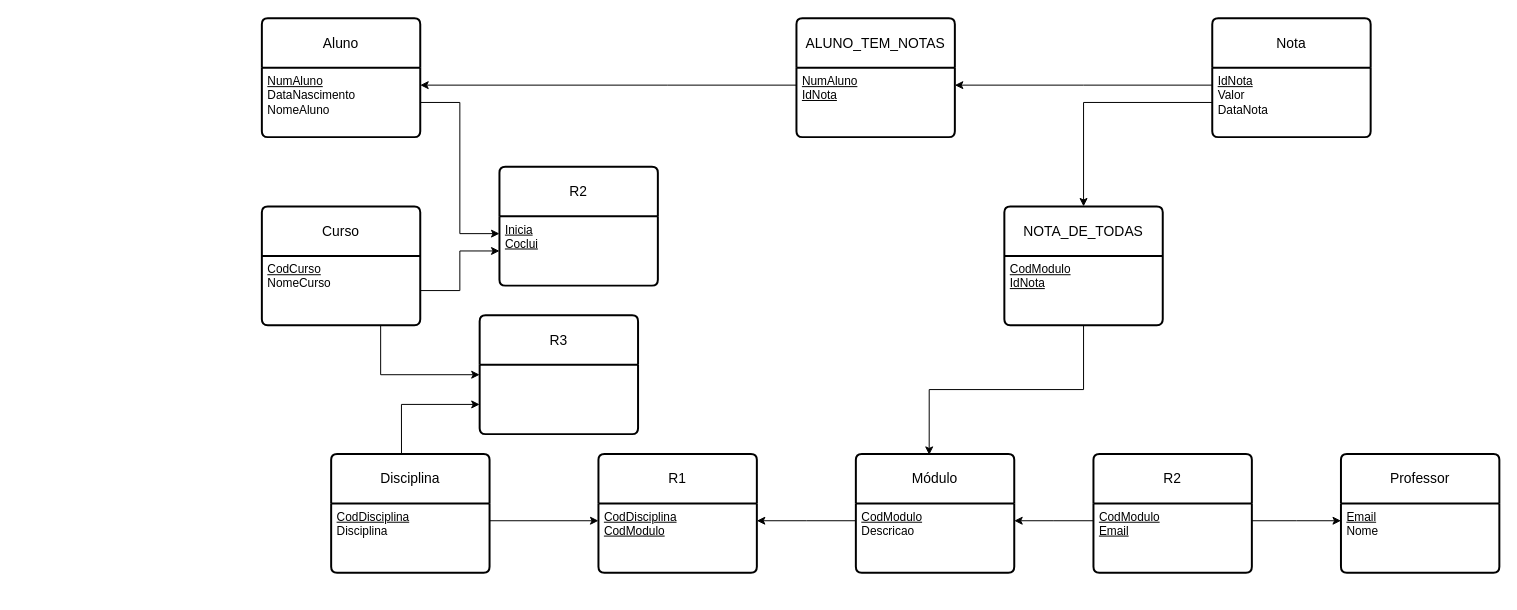
RubenA2109/diagramas keeps this draw.io diagram as notas.drawio. Above is the earlier version. Source tidied: cells renumbered, new cells numbered last; positions are measured from the earlier drawing's top-left corner, leaving out a move shared by most shapes. Both pictures are drawn from the tidied source at 99%, with x=0, y=0 at pixel (261, 18).
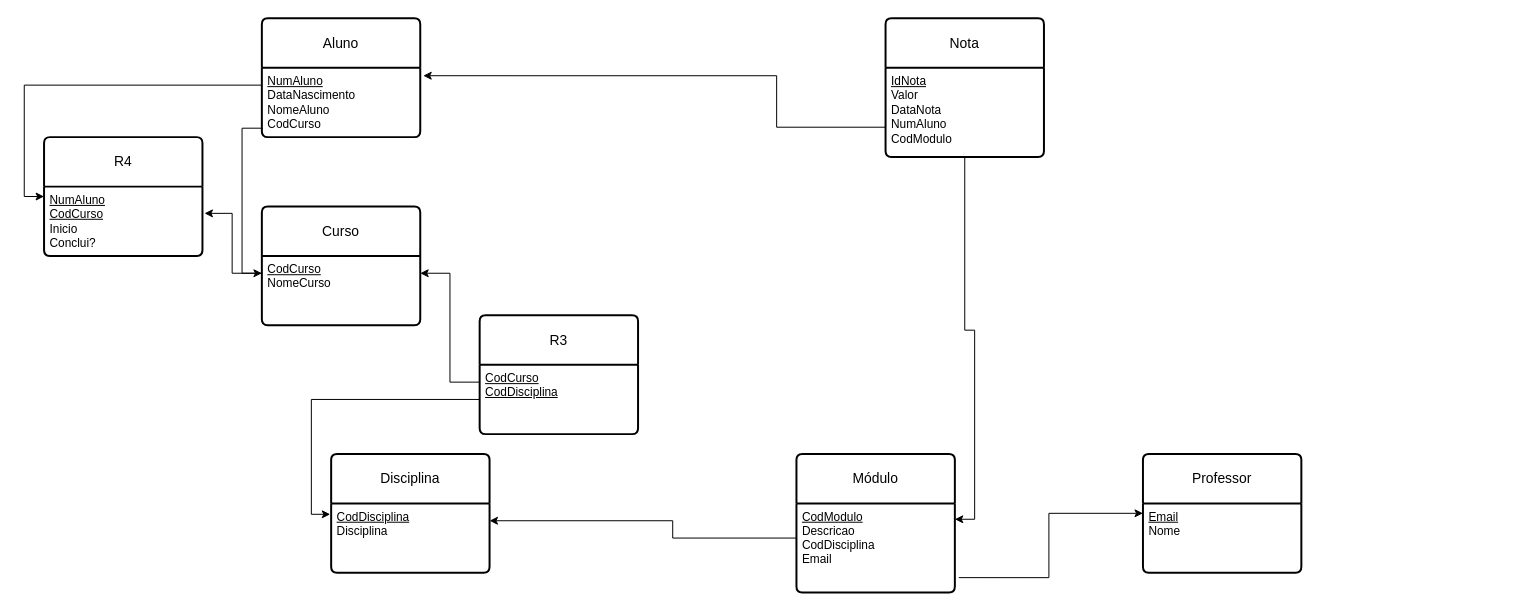
The same diagram, later.

The change refers to these unchanged cells:
```xml
<mxCell id="4" value="Aluno" style="swimlane;horizontal=1;startSize=50;rounded=1;fontSize=14;fontStyle=0;strokeWidth=2;shadow=0;dashed=0;align=center;arcSize=4;whiteSpace=wrap;html=1;" parent="1" vertex="1">
  <mxGeometry width="160" height="120" as="geometry" />
</mxCell>
<mxCell id="8" value="&lt;div&gt;&lt;u&gt;CodCurso&lt;/u&gt;&lt;/div&gt;&lt;div&gt;NomeCurso&lt;/div&gt;" style="align=left;strokeColor=none;fillColor=none;spacingLeft=4;spacingRight=4;fontSize=12;verticalAlign=top;html=1;whiteSpace=wrap;" parent="7" vertex="1">
  <mxGeometry y="50" width="160" height="70" as="geometry" />
</mxCell>
<mxCell id="9" value="Disciplina" style="swimlane;horizontal=1;startSize=50;rounded=1;fontSize=14;fontStyle=0;strokeWidth=2;shadow=0;dashed=0;align=center;arcSize=4;whiteSpace=wrap;html=1;" parent="1" vertex="1">
  <mxGeometry x="70" y="440" width="160" height="120" as="geometry" />
</mxCell>
<mxCell id="10" value="&lt;u&gt;CodDisciplina&lt;/u&gt;&lt;div&gt;Disciplina&lt;/div&gt;" style="align=left;strokeColor=none;fillColor=none;spacingLeft=4;spacingRight=4;fontSize=12;verticalAlign=top;html=1;whiteSpace=wrap;" parent="9" vertex="1">
  <mxGeometry y="50" width="160" height="70" as="geometry" />
</mxCell>
<mxCell id="12" value="&lt;u&gt;Email&lt;/u&gt;&lt;br&gt;&lt;div&gt;Nome&lt;/div&gt;" style="align=left;strokeColor=none;fillColor=none;spacingLeft=4;spacingRight=4;fontSize=12;verticalAlign=top;html=1;whiteSpace=wrap;" parent="11" vertex="1">
  <mxGeometry y="50" width="160" height="70" as="geometry" />
</mxCell>
<mxCell id="35" value="R3" style="swimlane;horizontal=1;startSize=50;rounded=1;fontSize=14;fontStyle=0;strokeWidth=2;shadow=0;dashed=0;align=center;arcSize=4;whiteSpace=wrap;html=1;" parent="1" vertex="1">
  <mxGeometry x="220" y="300" width="160" height="120" as="geometry" />
</mxCell>
```

Diff of the diagram source:
```diff
@@
     <mxCell id="2" value="Nota" style="swimlane;horizontal=1;startSize=50;rounded=1;fontSize=14;fontStyle=0;strokeWidth=2;shadow=0;dashed=0;align=center;arcSize=4;whiteSpace=wrap;html=1;" parent="1" vertex="1">
-      <mxGeometry x="960" width="160" height="120" as="geometry" />
+      <mxGeometry x="630" width="160" height="140" as="geometry" />
     </mxCell>
-    <mxCell id="3" value="&lt;u&gt;IdNota&lt;/u&gt;&lt;div&gt;Valor&lt;br&gt;&lt;div&gt;DataNota&lt;/div&gt;&lt;/div&gt;" style="align=left;strokeColor=none;fillColor=none;spacingLeft=4;spacingRight=4;fontSize=12;verticalAlign=top;html=1;whiteSpace=wrap;" parent="2" vertex="1">
-      <mxGeometry y="50" width="160" height="70" as="geometry" />
+    <mxCell id="3" value="&lt;u&gt;IdNota&lt;/u&gt;&lt;div&gt;Valor&lt;br&gt;&lt;div&gt;DataNota&lt;/div&gt;&lt;/div&gt;&lt;div&gt;NumAluno&lt;/div&gt;&lt;div&gt;CodModulo&lt;/div&gt;" style="align=left;strokeColor=none;fillColor=none;spacingLeft=4;spacingRight=4;fontSize=12;verticalAlign=top;html=1;whiteSpace=wrap;" parent="2" vertex="1">
+      <mxGeometry y="50" width="160" height="90" as="geometry" />
     </mxCell>
@@
-    <mxCell id="5" value="&lt;u&gt;NumAluno&lt;/u&gt;&lt;br&gt;&lt;div&gt;DataNascimento&lt;/div&gt;&lt;div&gt;NomeAluno&lt;/div&gt;" style="align=left;strokeColor=none;fillColor=none;spacingLeft=4;spacingRight=4;fontSize=12;verticalAlign=top;html=1;whiteSpace=wrap;" parent="4" vertex="1">
+    <mxCell id="5" value="&lt;u&gt;NumAluno&lt;/u&gt;&lt;br&gt;&lt;div&gt;DataNascimento&lt;/div&gt;&lt;div&gt;NomeAluno&lt;/div&gt;&lt;div&gt;CodCurso&lt;/div&gt;" style="align=left;strokeColor=none;fillColor=none;spacingLeft=4;spacingRight=4;fontSize=12;verticalAlign=top;html=1;whiteSpace=wrap;" parent="4" vertex="1">
       <mxGeometry y="50" width="160" height="70" as="geometry" />
     </mxCell>
@@
     <mxCell id="11" value="Professor" style="swimlane;horizontal=1;startSize=50;rounded=1;fontSize=14;fontStyle=0;strokeWidth=2;shadow=0;dashed=0;align=center;arcSize=4;whiteSpace=wrap;html=1;" parent="1" vertex="1">
-      <mxGeometry x="1090" y="440" width="160" height="120" as="geometry" />
+      <mxGeometry x="890" y="440" width="160" height="120" as="geometry" />
     </mxCell>
@@
     <mxCell id="13" value="Módulo" style="swimlane;horizontal=1;startSize=50;rounded=1;fontSize=14;fontStyle=0;strokeWidth=2;shadow=0;dashed=0;align=center;arcSize=4;whiteSpace=wrap;html=1;" parent="1" vertex="1">
-      <mxGeometry x="600" y="440" width="160" height="120" as="geometry" />
+      <mxGeometry x="540" y="440" width="160" height="140" as="geometry" />
     </mxCell>
-    <mxCell id="14" value="&lt;u&gt;CodModulo&lt;/u&gt;&lt;br&gt;&lt;div&gt;Descricao&lt;/div&gt;" style="align=left;strokeColor=none;fillColor=none;spacingLeft=4;spacingRight=4;fontSize=12;verticalAlign=top;html=1;whiteSpace=wrap;" parent="13" vertex="1">
-      <mxGeometry y="50" width="160" height="70" as="geometry" />
+    <mxCell id="14" value="&lt;u&gt;CodModulo&lt;/u&gt;&lt;div&gt;&lt;div&gt;Descricao&lt;/div&gt;&lt;div&gt;CodDisciplina&lt;/div&gt;&lt;/div&gt;&lt;div&gt;Email&lt;/div&gt;" style="align=left;strokeColor=none;fillColor=none;spacingLeft=4;spacingRight=4;fontSize=12;verticalAlign=top;html=1;whiteSpace=wrap;" parent="13" vertex="1">
+      <mxGeometry y="50" width="160" height="90" as="geometry" />
     </mxCell>
-    <mxCell id="15" value="ALUNO_TEM_NOTAS" style="swimlane;horizontal=1;startSize=50;rounded=1;fontSize=14;fontStyle=0;strokeWidth=2;shadow=0;dashed=0;align=center;arcSize=4;whiteSpace=wrap;html=1;" parent="1" vertex="1">
-      <mxGeometry x="540" width="160" height="120" as="geometry" />
-    </mxCell>
-    <mxCell id="16" value="&lt;div&gt;&lt;u&gt;NumAluno&lt;/u&gt;&lt;/div&gt;&lt;div&gt;&lt;u&gt;IdNota&lt;/u&gt;&lt;/div&gt;" style="align=left;strokeColor=none;fillColor=none;spacingLeft=4;spacingRight=4;fontSize=12;verticalAlign=top;html=1;whiteSpace=wrap;" parent="15" vertex="1">
-      <mxGeometry y="50" width="160" height="70" as="geometry" />
-    </mxCell>
-    <mxCell id="17" style="edgeStyle=orthogonalEdgeStyle;rounded=0;jettySize=auto;html=1;entryX=1;entryY=0.25;entryDx=0;entryDy=0;" parent="1" edge="1" source="16" target="5">
-      <mxGeometry relative="1" as="geometry">
-        <Array as="points">
-          <mxPoint x="410" y="68" />
-        </Array>
-      </mxGeometry>
-    </mxCell>
-    <mxCell id="18" value="R2" style="swimlane;horizontal=1;startSize=50;rounded=1;fontSize=14;fontStyle=0;strokeWidth=2;shadow=0;dashed=0;align=center;arcSize=4;whiteSpace=wrap;html=1;" parent="1" vertex="1">
-      <mxGeometry x="840" y="440" width="160" height="120" as="geometry" />
-    </mxCell>
-    <mxCell id="19" value="&lt;u&gt;CodModulo&lt;/u&gt;&lt;br&gt;&lt;div&gt;&lt;u&gt;Email&lt;/u&gt;&lt;/div&gt;" style="align=left;strokeColor=none;fillColor=none;spacingLeft=4;spacingRight=4;fontSize=12;verticalAlign=top;html=1;whiteSpace=wrap;" parent="18" vertex="1">
-      <mxGeometry y="50" width="160" height="70" as="geometry" />
-    </mxCell>
-    <mxCell id="20" value="R1" style="swimlane;horizontal=1;startSize=50;rounded=1;fontSize=14;fontStyle=0;strokeWidth=2;shadow=0;dashed=0;align=center;arcSize=4;whiteSpace=wrap;html=1;" parent="1" vertex="1">
-      <mxGeometry x="340" y="440" width="160" height="120" as="geometry" />
-    </mxCell>
-    <mxCell id="21" value="&lt;div&gt;&lt;u&gt;CodDisciplina&lt;/u&gt;&lt;/div&gt;&lt;div&gt;&lt;u&gt;CodModulo&lt;/u&gt;&lt;br&gt;&lt;/div&gt;" style="align=left;strokeColor=none;fillColor=none;spacingLeft=4;spacingRight=4;fontSize=12;verticalAlign=top;html=1;whiteSpace=wrap;" parent="20" vertex="1">
-      <mxGeometry y="50" width="160" height="70" as="geometry" />
-    </mxCell>
-    <mxCell id="22" value="R2" style="swimlane;horizontal=1;startSize=50;rounded=1;fontSize=14;fontStyle=0;strokeWidth=2;shadow=0;dashed=0;align=center;arcSize=4;whiteSpace=wrap;html=1;" parent="1" vertex="1">
-      <mxGeometry x="240" y="150" width="160" height="120" as="geometry" />
-    </mxCell>
-    <mxCell id="23" value="&lt;u&gt;Inicia&lt;/u&gt;&lt;br&gt;&lt;div&gt;&lt;u&gt;Coclui&lt;/u&gt;&lt;/div&gt;" style="align=left;strokeColor=none;fillColor=none;spacingLeft=4;spacingRight=4;fontSize=12;verticalAlign=top;html=1;whiteSpace=wrap;" parent="22" vertex="1">
-      <mxGeometry y="50" width="160" height="70" as="geometry" />
-    </mxCell>
-    <mxCell id="24" value="NOTA_DE_TODAS" style="swimlane;horizontal=1;startSize=50;rounded=1;fontSize=14;fontStyle=0;strokeWidth=2;shadow=0;dashed=0;align=center;arcSize=4;whiteSpace=wrap;html=1;" parent="1" vertex="1">
-      <mxGeometry x="750" y="190" width="160" height="120" as="geometry" />
-    </mxCell>
-    <mxCell id="25" value="&lt;u&gt;CodModulo&lt;/u&gt;&lt;br&gt;&lt;u&gt;IdNota&lt;/u&gt;&lt;div&gt;&lt;u&gt;&lt;br&gt;&lt;/u&gt;&lt;/div&gt;" style="align=left;strokeColor=none;fillColor=none;spacingLeft=4;spacingRight=4;fontSize=12;verticalAlign=top;html=1;whiteSpace=wrap;" parent="24" vertex="1">
-      <mxGeometry y="50" width="160" height="70" as="geometry" />
-    </mxCell>
-    <mxCell id="26" style="edgeStyle=orthogonalEdgeStyle;rounded=0;jettySize=auto;html=1;entryX=1;entryY=0.25;entryDx=0;entryDy=0;" parent="1" edge="1" source="3" target="16">
+    <mxCell id="26" style="edgeStyle=orthogonalEdgeStyle;rounded=0;jettySize=auto;html=1;entryX=1.019;entryY=0.114;entryDx=0;entryDy=0;entryPerimeter=0;exitX=0;exitY=0.129;exitDx=0;exitDy=0;exitPerimeter=0;" parent="1" edge="1" source="3" target="5">
       <mxGeometry relative="1" as="geometry">
         <Array as="points">
-          <mxPoint x="830" y="68" />
+          <mxPoint x="630" y="110" />
+          <mxPoint x="520" y="110" />
+          <mxPoint x="520" y="58" />
         </Array>
       </mxGeometry>
     </mxCell>
-    <mxCell id="27" style="edgeStyle=orthogonalEdgeStyle;rounded=0;jettySize=auto;html=1;entryX=0.5;entryY=0;entryDx=0;entryDy=0;" parent="1" edge="1" source="3" target="24">
-      <mxGeometry relative="1" as="geometry" />
-    </mxCell>
-    <mxCell id="28" style="edgeStyle=orthogonalEdgeStyle;rounded=0;jettySize=auto;html=1;entryX=0.463;entryY=0.008;entryDx=0;entryDy=0;entryPerimeter=0;" parent="1" edge="1" source="25" target="13">
-      <mxGeometry relative="1" as="geometry" />
-    </mxCell>
-    <mxCell id="29" style="edgeStyle=orthogonalEdgeStyle;rounded=0;jettySize=auto;html=1;entryX=1;entryY=0.25;entryDx=0;entryDy=0;" parent="1" edge="1" source="19" target="14">
-      <mxGeometry relative="1" as="geometry">
-        <Array as="points">
-          <mxPoint x="800" y="508" />
-        </Array>
-      </mxGeometry>
-    </mxCell>
-    <mxCell id="30" style="edgeStyle=orthogonalEdgeStyle;rounded=0;jettySize=auto;html=1;entryX=0;entryY=0.25;entryDx=0;entryDy=0;" parent="1" edge="1" source="19" target="12">
-      <mxGeometry relative="1" as="geometry">
-        <Array as="points">
-          <mxPoint x="1045" y="508" />
-        </Array>
-      </mxGeometry>
-    </mxCell>
-    <mxCell id="31" style="edgeStyle=orthogonalEdgeStyle;rounded=0;jettySize=auto;html=1;entryX=1;entryY=0.25;entryDx=0;entryDy=0;" parent="1" edge="1" source="14" target="21">
-      <mxGeometry relative="1" as="geometry">
-        <Array as="points">
-          <mxPoint x="550" y="508" />
-        </Array>
-      </mxGeometry>
-    </mxCell>
-    <mxCell id="32" style="edgeStyle=orthogonalEdgeStyle;rounded=0;jettySize=auto;html=1;entryX=0;entryY=0.25;entryDx=0;entryDy=0;" parent="1" edge="1" source="10" target="21">
-      <mxGeometry relative="1" as="geometry">
-        <Array as="points">
-          <mxPoint x="285" y="508" />
-        </Array>
-      </mxGeometry>
-    </mxCell>
-    <mxCell id="33" style="edgeStyle=orthogonalEdgeStyle;rounded=0;jettySize=auto;html=1;entryX=0;entryY=0.25;entryDx=0;entryDy=0;" parent="1" edge="1" source="5" target="23">
-      <mxGeometry relative="1" as="geometry" />
-    </mxCell>
-    <mxCell id="34" style="edgeStyle=orthogonalEdgeStyle;rounded=0;jettySize=auto;html=1;entryX=0;entryY=0.5;entryDx=0;entryDy=0;" parent="1" edge="1" source="8" target="23">
-      <mxGeometry relative="1" as="geometry" />
-    </mxCell>
+    <mxCell id="38" style="edgeStyle=orthogonalEdgeStyle;rounded=0;jettySize=auto;html=1;entryX=1;entryY=0.25;entryDx=0;entryDy=0;exitX=0;exitY=0.5;exitDx=0;exitDy=0;" parent="1" edge="1" source="14" target="10">
+      <mxGeometry relative="1" as="geometry">
+        <Array as="points">
+          <mxPoint x="415" y="525" />
+          <mxPoint x="415" y="508" />
+        </Array>
+      </mxGeometry>
+    </mxCell>
@@
-    <mxCell id="36" style="edgeStyle=orthogonalEdgeStyle;rounded=0;jettySize=auto;html=1;entryX=0;entryY=0.5;entryDx=0;entryDy=0;exitX=0.75;exitY=1;exitDx=0;exitDy=0;" parent="1" edge="1" source="8" target="35">
-      <mxGeometry relative="1" as="geometry" />
-    </mxCell>
-    <mxCell id="37" style="edgeStyle=orthogonalEdgeStyle;rounded=0;jettySize=auto;html=1;entryX=0;entryY=0.75;entryDx=0;entryDy=0;exitX=0.444;exitY=0;exitDx=0;exitDy=0;exitPerimeter=0;" parent="1" edge="1" source="9" target="35">
-      <mxGeometry relative="1" as="geometry" />
-    </mxCell>
+    <mxCell id="39" value="&lt;u&gt;CodCurso&lt;/u&gt;&lt;br&gt;&lt;div&gt;&lt;u&gt;CodDisciplina&lt;/u&gt;&lt;/div&gt;" style="align=left;strokeColor=none;fillColor=none;spacingLeft=4;spacingRight=4;fontSize=12;verticalAlign=top;html=1;whiteSpace=wrap;" parent="35" vertex="1">
+      <mxGeometry y="50" width="160" height="70" as="geometry" />
+    </mxCell>
+    <mxCell id="40" style="edgeStyle=orthogonalEdgeStyle;rounded=0;jettySize=auto;html=1;entryX=1;entryY=0.178;entryDx=0;entryDy=0;entryPerimeter=0;" parent="1" edge="1" source="3" target="14">
+      <mxGeometry relative="1" as="geometry" />
+    </mxCell>
+    <mxCell id="41" style="edgeStyle=orthogonalEdgeStyle;rounded=0;jettySize=auto;html=1;entryX=0;entryY=0.5;entryDx=0;entryDy=0;exitX=1.025;exitY=0.833;exitDx=0;exitDy=0;exitPerimeter=0;" parent="1" edge="1" source="14" target="11">
+      <mxGeometry relative="1" as="geometry" />
+    </mxCell>
+    <mxCell id="42" style="edgeStyle=orthogonalEdgeStyle;rounded=0;jettySize=auto;html=1;entryX=-0.006;entryY=0.157;entryDx=0;entryDy=0;entryPerimeter=0;exitX=0;exitY=0.5;exitDx=0;exitDy=0;" parent="1" edge="1" source="39" target="10">
+      <mxGeometry relative="1" as="geometry" />
+    </mxCell>
+    <mxCell id="43" style="edgeStyle=orthogonalEdgeStyle;rounded=0;jettySize=auto;html=1;entryX=1;entryY=0.25;entryDx=0;entryDy=0;exitX=0;exitY=0.25;exitDx=0;exitDy=0;" parent="1" edge="1" source="39" target="8">
+      <mxGeometry relative="1" as="geometry" />
+    </mxCell>
+    <mxCell id="44" style="edgeStyle=orthogonalEdgeStyle;rounded=0;jettySize=auto;html=1;entryX=0;entryY=0.25;entryDx=0;entryDy=0;exitX=0.006;exitY=0.871;exitDx=0;exitDy=0;exitPerimeter=0;" parent="1" edge="1" source="5" target="8">
+      <mxGeometry relative="1" as="geometry" />
+    </mxCell>
+    <mxCell id="45" value="R4" style="swimlane;horizontal=1;startSize=50;rounded=1;fontSize=14;fontStyle=0;strokeWidth=2;shadow=0;dashed=0;align=center;arcSize=4;whiteSpace=wrap;html=1;" parent="1" vertex="1">
+      <mxGeometry x="-220" y="120" width="160" height="120" as="geometry" />
+    </mxCell>
+    <mxCell id="46" value="&lt;u&gt;NumAluno&lt;br&gt;CodCurso&lt;/u&gt;&lt;br&gt;Inicio&lt;div&gt;Conclui?&lt;/div&gt;" style="align=left;strokeColor=none;fillColor=none;spacingLeft=4;spacingRight=4;fontSize=12;verticalAlign=top;html=1;whiteSpace=wrap;" parent="45" vertex="1">
+      <mxGeometry y="50" width="160" height="70" as="geometry" />
+    </mxCell>
+    <mxCell id="47" style="edgeStyle=orthogonalEdgeStyle;rounded=0;jettySize=auto;html=1;entryX=0;entryY=0.5;entryDx=0;entryDy=0;exitX=0;exitY=0.25;exitDx=0;exitDy=0;" parent="1" edge="1" source="5" target="45">
+      <mxGeometry relative="1" as="geometry" />
+    </mxCell>
+    <mxCell id="48" style="edgeStyle=orthogonalEdgeStyle;rounded=0;jettySize=auto;html=1;entryX=1.013;entryY=0.386;entryDx=0;entryDy=0;entryPerimeter=0;exitX=0;exitY=0.25;exitDx=0;exitDy=0;" parent="1" edge="1" source="8" target="46">
+      <mxGeometry relative="1" as="geometry" />
+    </mxCell>
```
